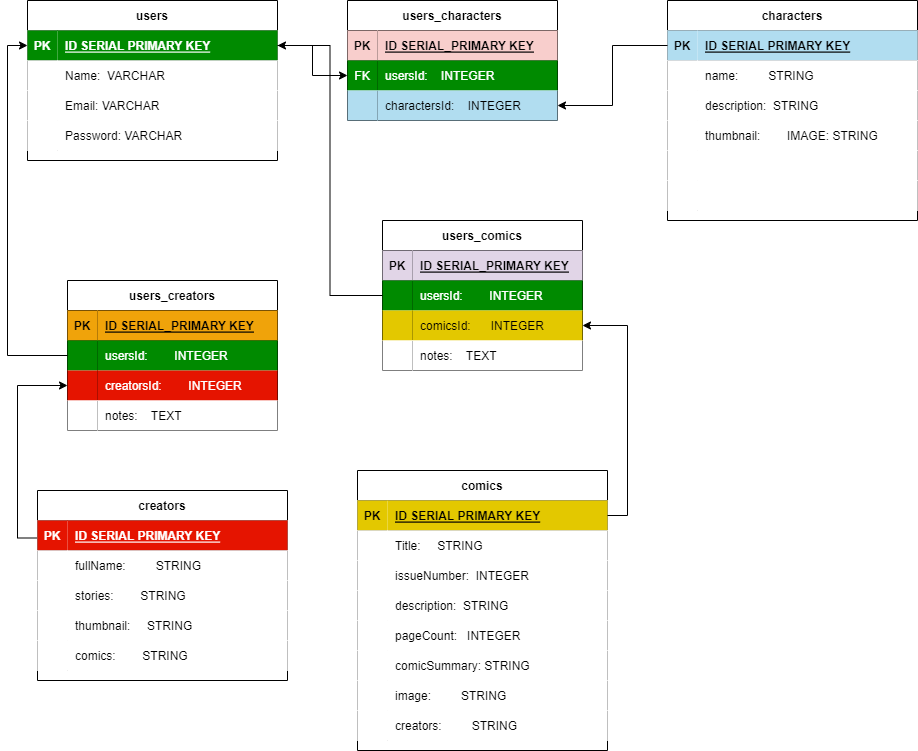
Above: ERD.drawio.png in Luflos/marvel-characters-galore (draw.io), before the change. Source tidied: cells renumbered, new cells last; positions are measured from the earlier drawing's top-left corner, leaving out a move shared by most shapes.
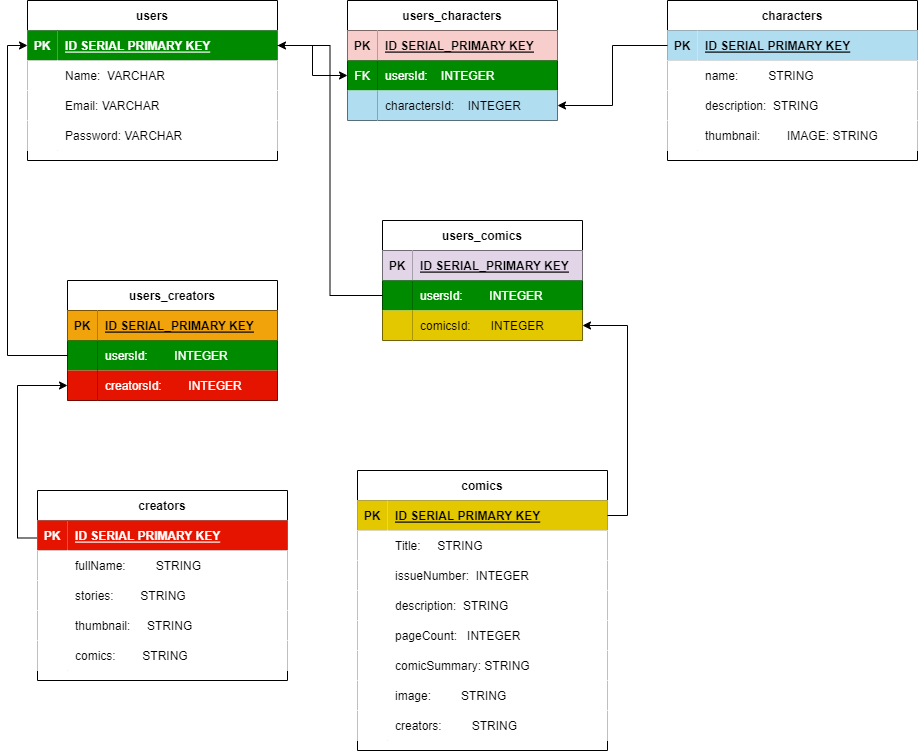
After the change.

Diff of the diagram source:
```diff
@@ -117,7 +117,7 @@
       <mxGeometry x="30" width="220" height="30" as="geometry" />
     </mxCell>
     <mxCell id="40" value="characters" style="shape=table;startSize=30;rowLines=0;fontStyle=1;align=center;" parent="1" vertex="1">
-      <mxGeometry x="640" width="250" height="220" as="geometry" />
+      <mxGeometry x="640" width="250" height="160" as="geometry" />
     </mxCell>
     <mxCell id="41" style="shape=partialRectangle;points=[[0,0.5],[1,0.5]];portConstraint=eastwest;top=0;left=0;right=0;bottom=1;" parent="40" vertex="1">
       <mxGeometry y="30" width="250" height="30" as="geometry" />
@@ -155,24 +155,6 @@
     <mxCell id="52" value="thumbnail:        IMAGE: STRING" style="shape=partialRectangle;top=0;left=0;bottom=0;right=0;align=left;spacingLeft=6;overflow=hidden;" parent="50" vertex="1">
       <mxGeometry x="30" width="220" height="30" as="geometry" />
     </mxCell>
-    <mxCell id="53" style="shape=tableRow;horizontal=0;startSize=0;swimlaneHead=0;swimlaneBody=0;top=0;left=0;right=0;bottom=0;" parent="40" vertex="1">
-      <mxGeometry y="150" width="250" height="30" as="geometry" />
-    </mxCell>
-    <mxCell id="54" value="                    " style="shape=partialRectangle;top=0;left=0;bottom=0;right=0;overflow=hidden;" parent="53" vertex="1">
-      <mxGeometry width="30" height="30" as="geometry" />
-    </mxCell>
-    <mxCell id="55" style="shape=partialRectangle;top=0;left=0;bottom=0;right=0;align=left;spacingLeft=6;overflow=hidden;" parent="53" vertex="1">
-      <mxGeometry x="30" width="220" height="30" as="geometry" />
-    </mxCell>
-    <mxCell id="56" style="shape=tableRow;horizontal=0;startSize=0;swimlaneHead=0;swimlaneBody=0;top=0;left=0;right=0;bottom=0;" parent="40" vertex="1">
-      <mxGeometry y="180" width="250" height="30" as="geometry" />
-    </mxCell>
-    <mxCell id="57" style="shape=partialRectangle;top=0;left=0;bottom=0;right=0;overflow=hidden;" parent="56" vertex="1">
-      <mxGeometry width="30" height="30" as="geometry" />
-    </mxCell>
-    <mxCell id="58" style="shape=partialRectangle;top=0;left=0;bottom=0;right=0;align=left;spacingLeft=6;overflow=hidden;" parent="56" vertex="1">
-      <mxGeometry x="30" width="220" height="30" as="geometry" />
-    </mxCell>
     <mxCell id="59" style="edgeStyle=orthogonalEdgeStyle;rounded=0;jettySize=auto;html=1;exitX=0;exitY=0.25;exitDx=0;exitDy=0;entryX=0;entryY=0.5;entryDx=0;entryDy=0;" parent="1" edge="1" source="60" target="106">
       <mxGeometry relative="1" as="geometry" />
     </mxCell>
@@ -255,7 +237,7 @@
       <mxGeometry x="30" width="180" height="30" as="geometry" />
     </mxCell>
     <mxCell id="86" value="users_comics" style="shape=table;startSize=30;rowLines=0;fontStyle=1;align=center;" parent="1" vertex="1">
-      <mxGeometry x="355" y="220" width="200" height="150" as="geometry" />
+      <mxGeometry x="355" y="220" width="200" height="120" as="geometry" />
     </mxCell>
     <mxCell id="87" style="shape=tableRow;horizontal=0;startSize=0;swimlaneHead=0;swimlaneBody=0;fillColor=none;top=0;left=0;right=0;bottom=1;" parent="86" vertex="1">
       <mxGeometry y="30" width="200" height="30" as="geometry" />
@@ -284,17 +266,8 @@
     <mxCell id="95" value="comicsId:      INTEGER" style="shape=partialRectangle;top=0;left=0;bottom=0;right=0;align=left;spacingLeft=6;overflow=hidden;fillColor=#e3c800;fontColor=#000000;strokeColor=#B09500;" parent="93" vertex="1">
       <mxGeometry x="30" width="170" height="30" as="geometry" />
     </mxCell>
-    <mxCell id="96" style="shape=tableRow;horizontal=0;startSize=0;swimlaneHead=0;swimlaneBody=0;fillColor=none;top=0;left=0;right=0;bottom=0;" parent="86" vertex="1">
-      <mxGeometry y="120" width="200" height="30" as="geometry" />
-    </mxCell>
-    <mxCell id="97" style="shape=partialRectangle;top=0;left=0;bottom=0;right=0;overflow=hidden;" parent="96" vertex="1">
-      <mxGeometry width="30" height="30" as="geometry" />
-    </mxCell>
-    <mxCell id="98" value="notes:    TEXT" style="shape=partialRectangle;top=0;left=0;bottom=0;right=0;align=left;spacingLeft=6;overflow=hidden;" parent="96" vertex="1">
-      <mxGeometry x="30" width="170" height="30" as="geometry" />
-    </mxCell>
     <mxCell id="99" value="users_creators" style="shape=table;startSize=30;rowLines=0;fontStyle=1;align=center;" parent="1" vertex="1">
-      <mxGeometry x="40" y="280" width="210" height="150" as="geometry" />
+      <mxGeometry x="40" y="280" width="210" height="120" as="geometry" />
     </mxCell>
     <mxCell id="100" style="shape=tableRow;horizontal=0;startSize=0;swimlaneHead=0;swimlaneBody=0;fillColor=none;top=0;left=0;right=0;bottom=1;" parent="99" vertex="1">
       <mxGeometry y="30" width="210" height="30" as="geometry" />
@@ -323,15 +296,6 @@
     <mxCell id="108" value="creatorsId:        INTEGER" style="shape=partialRectangle;top=0;left=0;bottom=0;right=0;align=left;spacingLeft=6;overflow=hidden;fillColor=#e51400;fontColor=#ffffff;strokeColor=#B20000;" parent="106" vertex="1">
       <mxGeometry x="30" width="180" height="30" as="geometry" />
     </mxCell>
-    <mxCell id="109" style="shape=tableRow;horizontal=0;startSize=0;swimlaneHead=0;swimlaneBody=0;fillColor=none;top=0;left=0;right=0;bottom=0;" parent="99" vertex="1">
-      <mxGeometry y="120" width="210" height="30" as="geometry" />
-    </mxCell>
-    <mxCell id="110" style="shape=partialRectangle;top=0;left=0;bottom=0;right=0;overflow=hidden;" parent="109" vertex="1">
-      <mxGeometry width="30" height="30" as="geometry" />
-    </mxCell>
-    <mxCell id="111" value="notes:    TEXT" style="shape=partialRectangle;top=0;left=0;bottom=0;right=0;align=left;spacingLeft=6;overflow=hidden;" parent="109" vertex="1">
-      <mxGeometry x="30" width="180" height="30" as="geometry" />
-    </mxCell>
     <mxCell id="112" style="edgeStyle=orthogonalEdgeStyle;rounded=0;jettySize=auto;html=1;exitX=1;exitY=0.5;exitDx=0;exitDy=0;entryX=0;entryY=0.5;entryDx=0;entryDy=0;" parent="1" edge="1" source="28" target="80">
       <mxGeometry relative="1" as="geometry" />
     </mxCell>
```
